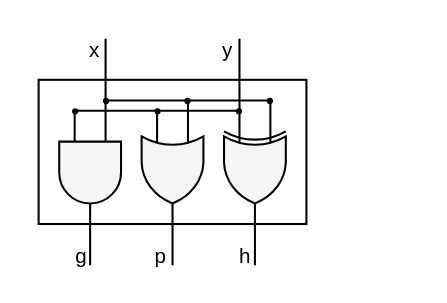
This is docs/src/drawio/src/pg_block.drawio from majabojarska/verilog-prefix-adder, a draw.io file, before an edit. Source tidied: cells renumbered, new cells numbered last; positions are measured from the earlier drawing's top-left corner, leaving out a move shared by most shapes. Both pictures are drawn from the tidied source at 103%, with x=0, y=0 at pixel (18, 18).
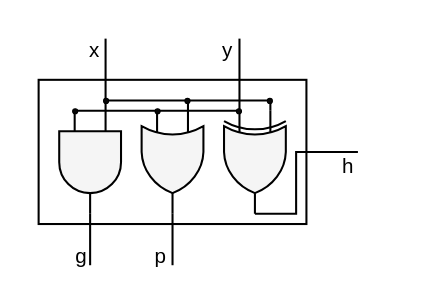
The same diagram, later.

Commit message (it also covers changes not shown here):
Refactor pg_block diagram shape

The change refers to these unchanged cells:
```xml
<mxCell id="3" style="rounded=0;whiteSpace=wrap;html=1;strokeColor=#000000;fillColor=none;strokeWidth=2;" parent="1" vertex="1">
  <mxGeometry x="20" y="60" width="260" height="140" as="geometry" />
</mxCell>
```

Change to the diagram source:
```diff
@@
     <mxCell id="2" style="rounded=0;whiteSpace=wrap;html=1;strokeColor=none;fillColor=#FFFFFF;fontColor=#F5F5F5;" parent="1" vertex="1">
-      <mxGeometry width="300" height="260" as="geometry" />
+      <mxGeometry width="400" height="260" as="geometry" />
     </mxCell>
+    <mxCell id="27" style="edgeStyle=orthogonalEdgeStyle;rounded=0;jettySize=auto;html=1;exitX=1;exitY=0.5;exitDx=0;exitDy=0;strokeColor=#000000;endArrow=none;endFill=0;strokeWidth=2;" parent="1" edge="1" source="3">
+      <mxGeometry relative="1" as="geometry">
+        <mxPoint x="330" y="130" as="targetPoint" />
+      </mxGeometry>
+    </mxCell>
@@
     <mxCell id="5" style="verticalLabelPosition=bottom;shadow=0;dashed=0;align=center;html=1;verticalAlign=top;shape=mxgraph.electrical.logic_gates.logic_gate;operation=and;rotation=90;strokeColor=#000000;fillColor=#f5f5f5;fontColor=#333333;strokeWidth=2;" parent="1" vertex="1">
-      <mxGeometry x="20" y="120" width="100" height="60" as="geometry" />
+      <mxGeometry x="20" y="110" width="100" height="60" as="geometry" />
     </mxCell>
@@
     <mxCell id="7" style="verticalLabelPosition=bottom;shadow=0;dashed=0;align=center;html=1;verticalAlign=top;shape=mxgraph.electrical.logic_gates.logic_gate;operation=or;rotation=90;strokeColor=#000000;fillColor=#f5f5f5;fontColor=#333333;strokeWidth=2;" parent="1" vertex="1">
-      <mxGeometry x="100" y="120" width="100" height="60" as="geometry" />
+      <mxGeometry x="100" y="110" width="100" height="60" as="geometry" />
     </mxCell>
-    <mxCell id="8" style="edgeStyle=orthogonalEdgeStyle;rounded=0;jettySize=auto;html=1;exitX=1;exitY=0.5;exitDx=0;exitDy=0;exitPerimeter=0;endArrow=none;endFill=0;strokeColor=#000000;strokeWidth=2;" parent="1" edge="1" source="9">
+    <mxCell id="8" style="edgeStyle=orthogonalEdgeStyle;rounded=0;jettySize=auto;html=1;exitX=1;exitY=0.5;exitDx=0;exitDy=0;exitPerimeter=0;endArrow=none;endFill=0;strokeColor=#000000;strokeWidth=2;entryX=1;entryY=0.5;entryDx=0;entryDy=0;" parent="1" edge="1" source="9" target="3">
       <mxGeometry relative="1" as="geometry">
-        <mxPoint x="230" y="240" as="targetPoint" />
+        <Array as="points">
+          <mxPoint x="270" y="190" />
+          <mxPoint x="270" y="130" />
+        </Array>
       </mxGeometry>
     </mxCell>
     <mxCell id="9" style="verticalLabelPosition=bottom;shadow=0;dashed=0;align=center;html=1;verticalAlign=top;shape=mxgraph.electrical.logic_gates.logic_gate;operation=xor;rotation=90;strokeColor=#000000;fillColor=#f5f5f5;fontColor=#333333;strokeWidth=2;" parent="1" vertex="1">
-      <mxGeometry x="180" y="120" width="100" height="60" as="geometry" />
+      <mxGeometry x="180" y="110" width="100" height="60" as="geometry" />
     </mxCell>
@@
     <mxCell id="24" value="h" style="text;html=1;strokeColor=none;fillColor=none;align=center;verticalAlign=middle;whiteSpace=wrap;rounded=0;fontColor=#000000;fontSize=20;" parent="1" vertex="1">
-      <mxGeometry x="212" y="220" width="17" height="20" as="geometry" />
+      <mxGeometry x="312" y="133" width="17" height="20" as="geometry" />
     </mxCell>
```
